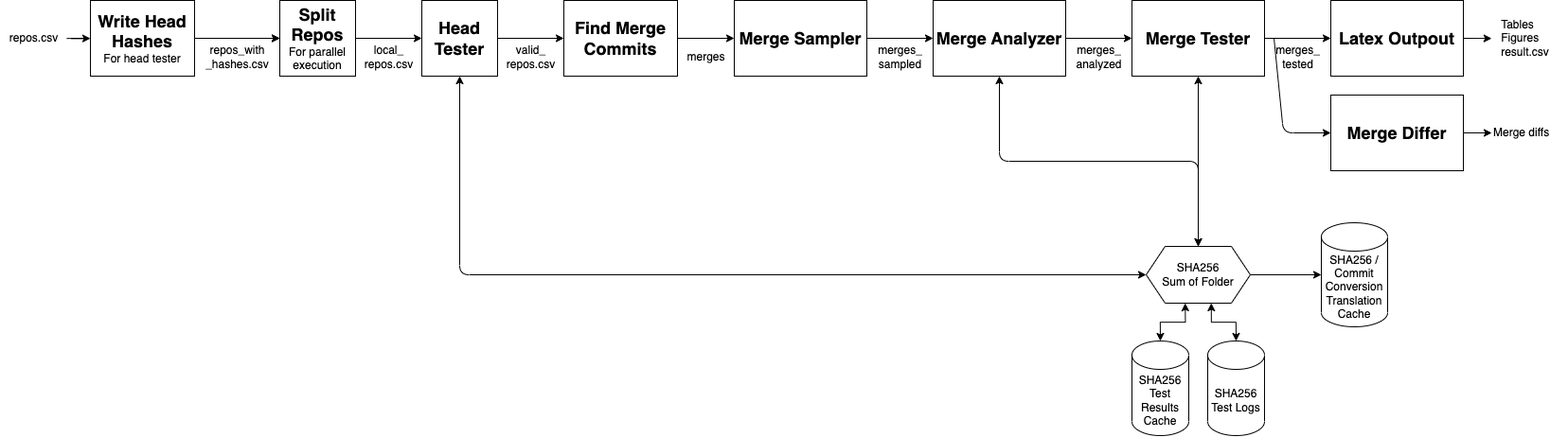
This is illustrations/Architecture.drawio.png from benedikt-schesch/AST-Merging-Evaluation, a draw.io export, as it was before one commit. Source tidied: cells renumbered, new cells last; positions are measured from the earlier drawing's top-left corner, leaving out a move shared by most shapes.
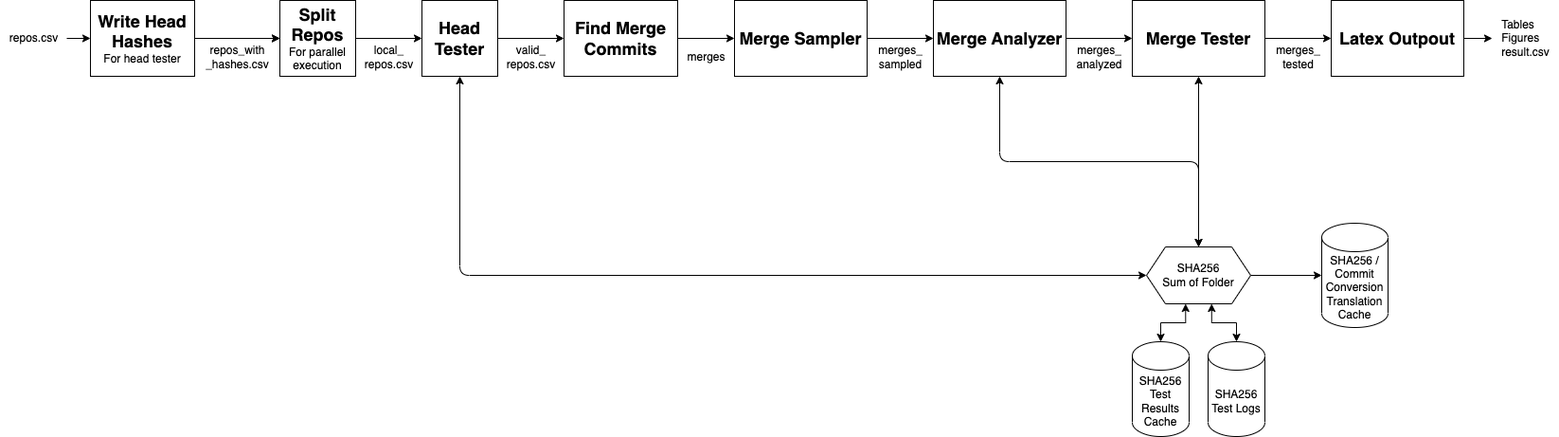
After the change.

Diff of the diagram source:
```diff
@@ -70,14 +70,6 @@
     <mxCell id="22" style="edgeStyle=orthogonalEdgeStyle;rounded=0;jettySize=auto;html=1;exitX=1;exitY=0.5;exitDx=0;exitDy=0;entryX=0;entryY=0.5;entryDx=0;entryDy=0;" parent="1" edge="1" source="24" target="26">
       <mxGeometry relative="1" as="geometry" />
     </mxCell>
-    <mxCell id="23" style="edgeStyle=none;html=1;entryX=0;entryY=0.5;entryDx=0;entryDy=0;" parent="1" edge="1" target="38">
-      <mxGeometry relative="1" as="geometry">
-        <mxPoint x="1345" y="40" as="sourcePoint" />
-        <Array as="points">
-          <mxPoint x="1355" y="140" />
-        </Array>
-      </mxGeometry>
-    </mxCell>
     <mxCell id="24" value="&lt;font style=&quot;font-size: 18px;&quot;&gt;&lt;b&gt;Merge Tester&lt;/b&gt;&lt;/font&gt;" style="rounded=0;whiteSpace=wrap;html=1;" parent="1" vertex="1">
       <mxGeometry x="1195" width="140" height="80" as="geometry" />
     </mxCell>
@@ -123,15 +115,6 @@
     <mxCell id="36" value="SHA256 / Commit Conversion&lt;br&gt;Translation Cache" style="shape=cylinder3;whiteSpace=wrap;html=1;boundedLbl=1;backgroundOutline=1;size=15;" parent="1" vertex="1">
       <mxGeometry x="1395" y="235" width="70" height="110" as="geometry" />
     </mxCell>
-    <mxCell id="37" style="edgeStyle=none;rounded=1;html=1;" parent="1" edge="1" source="38" target="39">
-      <mxGeometry relative="1" as="geometry" />
-    </mxCell>
-    <mxCell id="38" value="&lt;font style=&quot;font-size: 18px;&quot;&gt;&lt;b&gt;Merge Differ&lt;/b&gt;&lt;/font&gt;" style="rounded=0;whiteSpace=wrap;html=1;" parent="1" vertex="1">
-      <mxGeometry x="1405" y="100" width="140" height="80" as="geometry" />
-    </mxCell>
-    <mxCell id="39" value="Merge diffs" style="text;html=1;align=left;verticalAlign=middle;points=[];strokeColor=none;fillColor=none;" parent="1" vertex="1">
-      <mxGeometry x="1575" y="125" width="80" height="30" as="geometry" />
-    </mxCell>
     <mxCell id="40" style="endArrow=classic;startArrow=classic;html=1;rounded=1;entryX=0.5;entryY=1;entryDx=0;entryDy=0;" parent="1" edge="1" target="8">
       <mxGeometry relative="1" as="geometry">
         <mxPoint x="1265" y="260" as="sourcePoint" />
```
